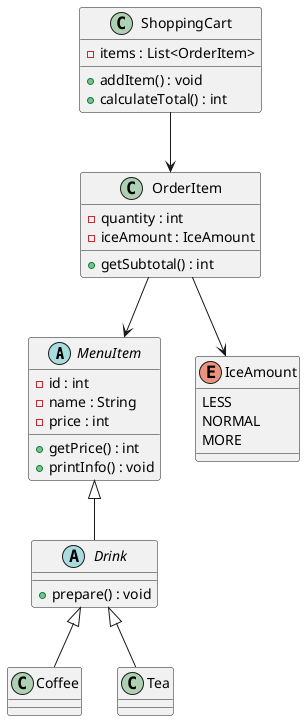
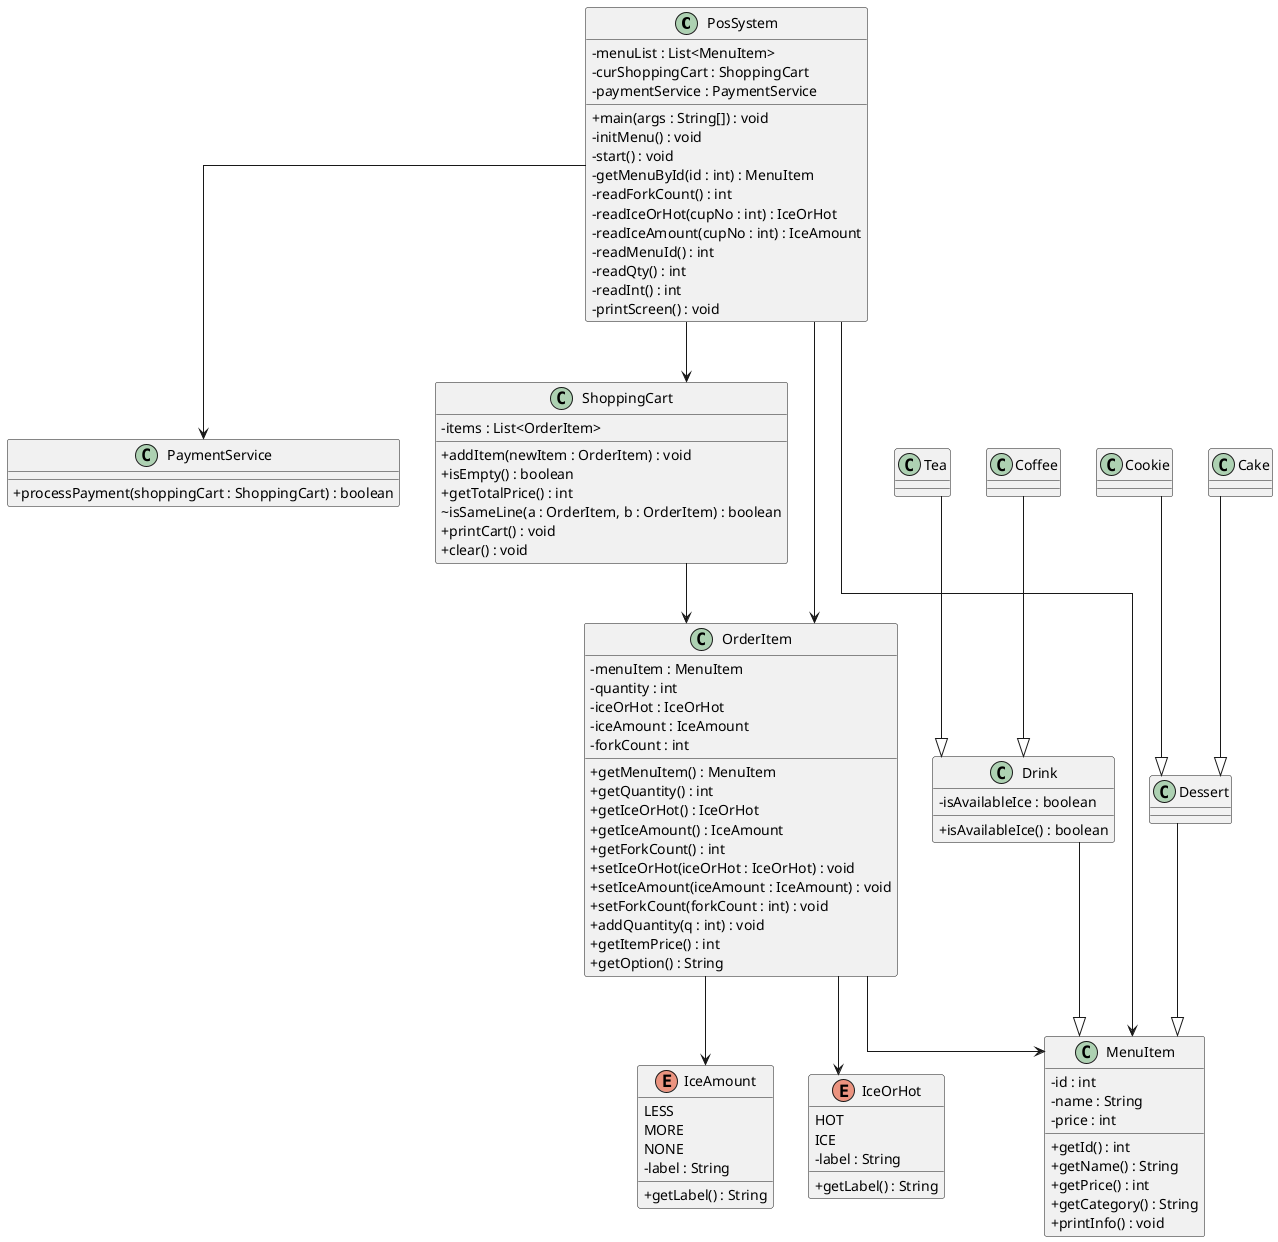
@startuml
+ skinparam classAttributeIconSize 0
+ skinparam linetype ortho

- abstract class MenuItem {
-     - id : int
-     - name : String
-     - price : int
- 
-     + getPrice() : int
-     + printInfo() : void
+ class PosSystem {
+   - menuList : List<MenuItem>
+   - curShoppingCart : ShoppingCart
+   - paymentService : PaymentService
+   + main(args : String[]) : void
+   - initMenu() : void
+   - start() : void
+   - getMenuById(id : int) : MenuItem
+   - readForkCount() : int
+   - readIceOrHot(cupNo : int) : IceOrHot
+   - readIceAmount(cupNo : int) : IceAmount
+   - readMenuId() : int
+   - readQty() : int
+   - readInt() : int
+   - printScreen() : void
}

- abstract class Drink {
-     + prepare() : void
+ class PaymentService {
+   + processPayment(shoppingCart : ShoppingCart) : boolean
}

- class Coffee
- class Tea
+ class MenuItem {
+   - id : int
+   - name : String
+   - price : int
+   + getId() : int
+   + getName() : String
+   + getPrice() : int
+   + getCategory() : String
+   + printInfo() : void
+ }
+ class Drink {
+   - isAvailableIce : boolean
+   + isAvailableIce() : boolean
+ }
+ class Dessert {
+ }
+ class Coffee {
+ }
+ class Tea {
+ }
+ class Cake {
+ }
+ class Cookie {
+ }

class OrderItem {
-     - quantity : int
-     - iceAmount : IceAmount
+   - menuItem : MenuItem
+   - quantity : int
+   - iceOrHot : IceOrHot
+   - iceAmount : IceAmount
+   - forkCount : int
+   + getMenuItem() : MenuItem
+   + getQuantity() : int
+   + getIceOrHot() : IceOrHot
+   + getIceAmount() : IceAmount
+   + getForkCount() : int
+   + setIceOrHot(iceOrHot : IceOrHot) : void
+   + setIceAmount(iceAmount : IceAmount) : void
+   + setForkCount(forkCount : int) : void
+   + addQuantity(q : int) : void
+   + getItemPrice() : int
+   + getOption() : String
+ }

-     + getSubtotal() : int
+ enum IceOrHot {
+   HOT
+   ICE
+   - label : String
+   + getLabel() : String
+ }
+ enum IceAmount {
+   LESS
+   MORE
+   NONE
+   - label : String
+   + getLabel() : String
}

class ShoppingCart {
-     - items : List<OrderItem>
- 
-     + addItem() : void
-     + calculateTotal() : int
+   - items : List<OrderItem>
+   + addItem(newItem : OrderItem) : void
+   + isEmpty() : boolean
+   + getTotalPrice() : int
+   ~ isSameLine(a : OrderItem, b : OrderItem) : boolean
+   + printCart() : void
+   + clear() : void
}

- enum IceAmount {
-     LESS
-     NORMAL
-     MORE
- }
+ Drink --|> MenuItem
+ Dessert --|> MenuItem
+ Coffee --|> Drink
+ Tea --|> Drink
+ Cake --|> Dessert
+ Cookie --|> Dessert

- MenuItem <|-- Drink
- Drink <|-- Coffee
- Drink <|-- Tea
- 
+ ShoppingCart --> OrderItem
OrderItem --> MenuItem
+ OrderItem --> IceOrHot
OrderItem --> IceAmount

- ShoppingCart --> OrderItem
- 
- @enduml+ PosSystem --> ShoppingCart
+ PosSystem --> PaymentService
+ PosSystem --> MenuItem
+ PosSystem --> OrderItem
+ @enduml
